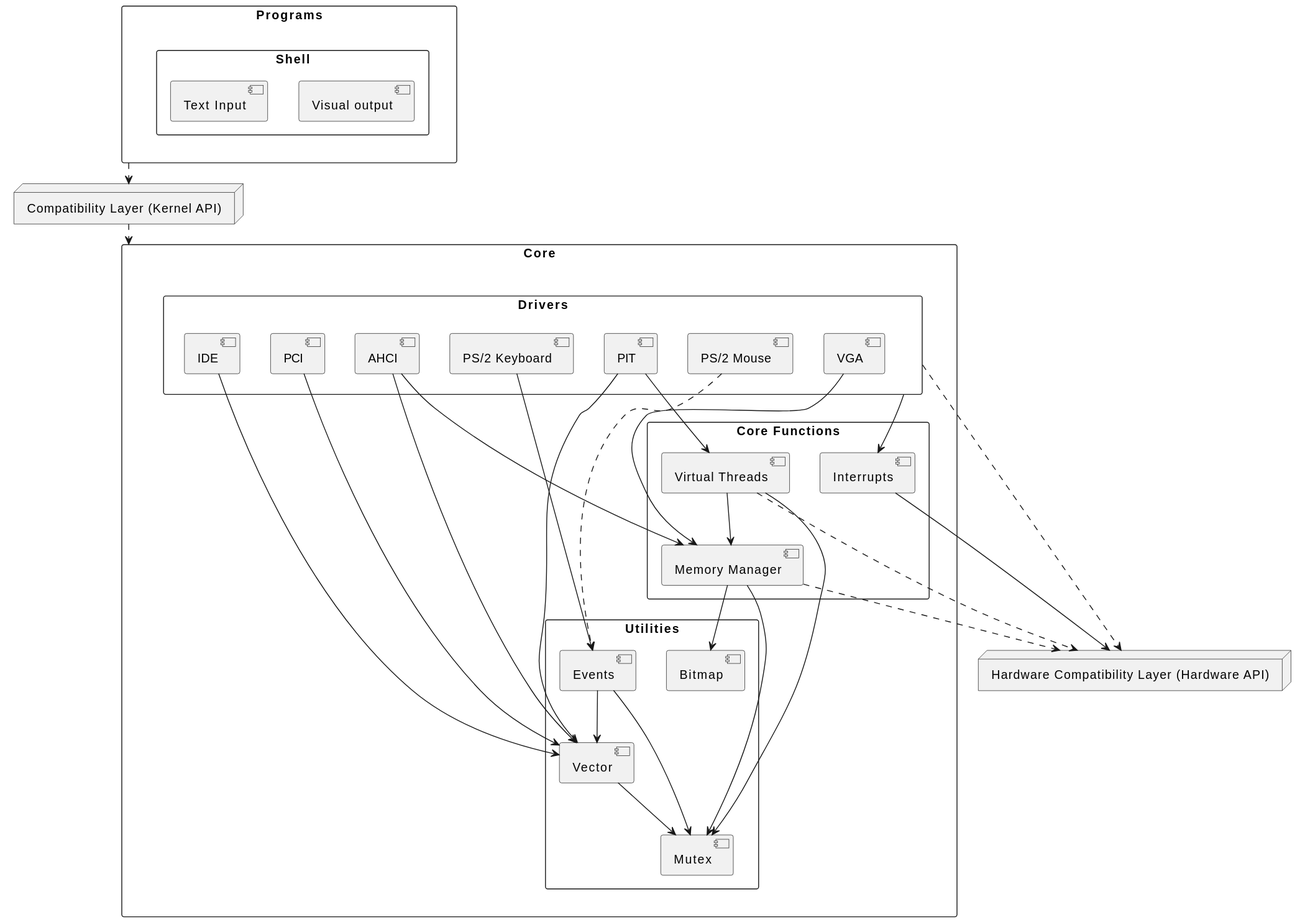
Above: docs/svg/kernel diagram.svg in cactoes/virtual_reflections_os (PlantUML), before the change.
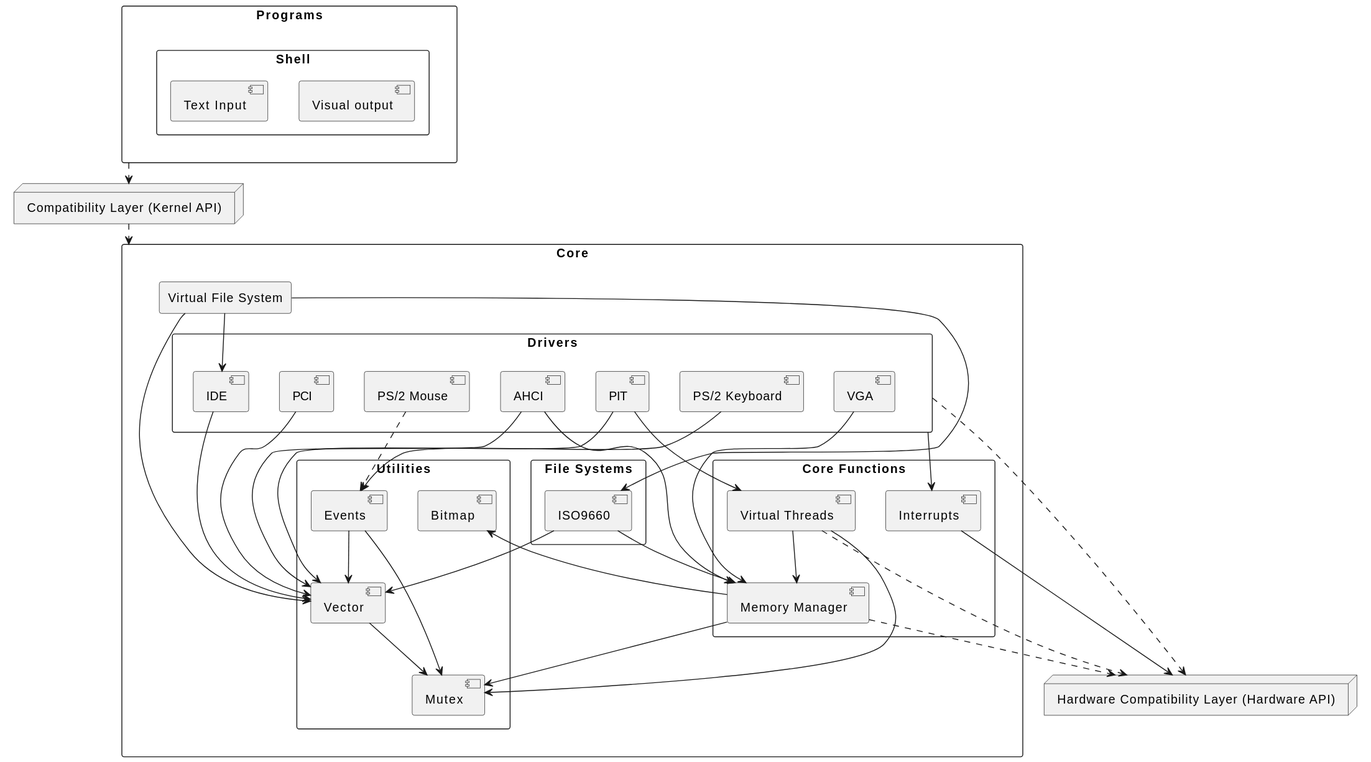
The same file after the commit.

Commit message:
auto generated diagrams [skip ci]

Change to the diagram source:
```diff
@@ -25,6 +25,14 @@
         [Events]
         [Bitmap]
     }
+
+    rectangle "Virtual File System" {
+
+    }
+
+    rectangle "File Systems" {
+        [ISO9660]
+    }
 }
 
 [Virtual Threads] --> [Mutex]
@@ -48,6 +56,12 @@
 [Events] --> [Vector]
 [Vector] --> [Mutex]
 
+"Virtual File System" --> [Vector]
+"Virtual File System" --> [ISO9660]
+"Virtual File System" --> [IDE]
+[ISO9660] --> [Vector]
+[ISO9660] --> [Memory Manager]
+
 rectangle "Programs" {
     rectangle "Shell" {
         [Visual output]
```
